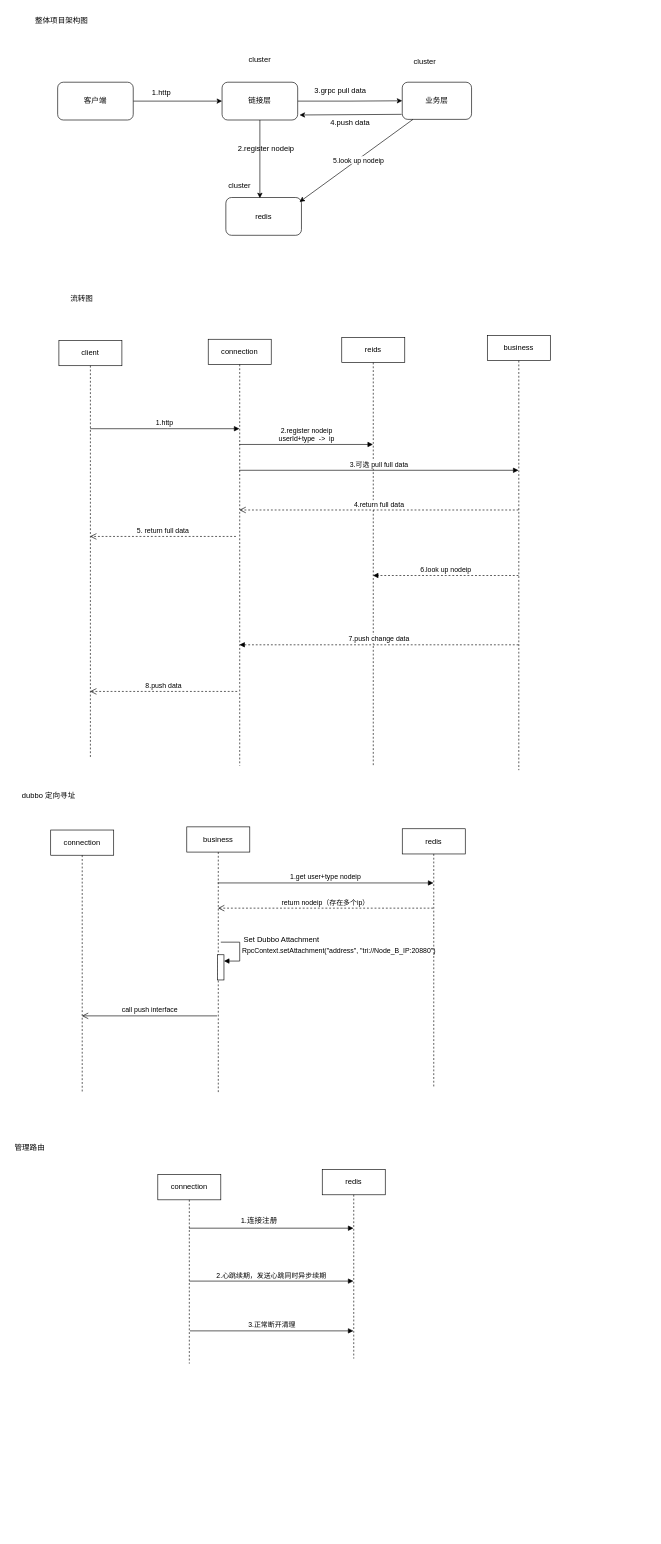
Above: tv网关维护长连接.drawio in xu-xiwei/drawio (draw.io), before the change. Source tidied: cells renumbered, new cells numbered last; positions are measured from the earlier drawing's top-left corner, leaving out a move shared by most shapes. Both pictures are drawn from the tidied source at 63%, with x=0, y=0 at pixel (11, 11).
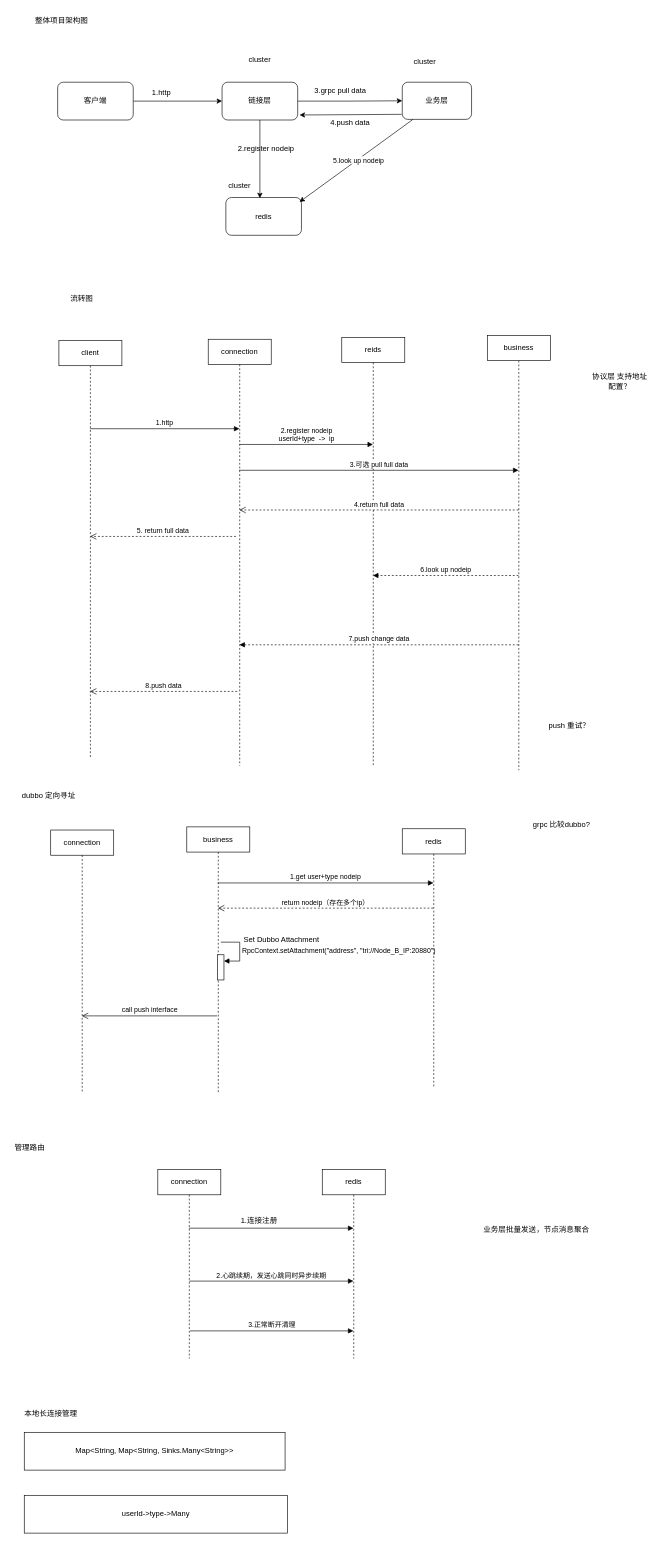
After the change.

Commit message:
更新tv网关维护长连接.drawio

Change to the diagram source:
```diff
@@
     <mxCell id="44" value="connection" style="shape=umlLifeline;perimeter=lifelinePerimeter;whiteSpace=wrap;html=1;outlineConnect=0;portConstraint=eastwest;newEdgeStyle={&quot;curved&quot;:0,&quot;rounded&quot;:0};" parent="1" vertex="1">
-      <mxGeometry x="233" y="1847" width="100" height="300" as="geometry" />
+      <mxGeometry x="233" y="1839" width="100" height="300" as="geometry" />
     </mxCell>
@@
+    <mxCell id="50" value="本地长连接管理" style="text;html=1;whiteSpace=wrap;strokeColor=none;fillColor=none;align=center;verticalAlign=middle;rounded=0;" parent="1" vertex="1">
+      <mxGeometry x="1" y="2211" width="125" height="30" as="geometry" />
+    </mxCell>
+    <mxCell id="51" value="Map&amp;lt;String, Map&amp;lt;String, Sinks.Many&amp;lt;String&amp;gt;&amp;gt;" style="rounded=0;whiteSpace=wrap;html=1;" parent="1" vertex="1">
+      <mxGeometry x="21" y="2256" width="414" height="60" as="geometry" />
+    </mxCell>
+    <mxCell id="52" value="userId-&amp;gt;type-&amp;gt;Many" style="rounded=0;whiteSpace=wrap;html=1;" parent="1" vertex="1">
+      <mxGeometry x="21" y="2356" width="418" height="60" as="geometry" />
+    </mxCell>
+    <mxCell id="53" value="push 重试？" style="text;html=1;whiteSpace=wrap;strokeColor=none;fillColor=none;align=center;verticalAlign=middle;rounded=0;" parent="1" vertex="1">
+      <mxGeometry x="841" y="1119" width="91" height="30" as="geometry" />
+    </mxCell>
+    <mxCell id="54" value="grpc 比较dubbo?" style="text;html=1;whiteSpace=wrap;strokeColor=none;fillColor=none;align=center;verticalAlign=middle;rounded=0;" parent="1" vertex="1">
+      <mxGeometry x="812" y="1276" width="124" height="30" as="geometry" />
+    </mxCell>
+    <mxCell id="55" value="协议层 支持地址配置？" style="text;html=1;whiteSpace=wrap;strokeColor=none;fillColor=none;align=center;verticalAlign=middle;rounded=0;" parent="1" vertex="1">
+      <mxGeometry x="918" y="573" width="97" height="30" as="geometry" />
+    </mxCell>
+    <mxCell id="56" value="业务层批量发送，节点消息聚合" style="text;html=1;whiteSpace=wrap;strokeColor=none;fillColor=none;align=center;verticalAlign=middle;rounded=0;" parent="1" vertex="1">
+      <mxGeometry x="749" y="1920" width="170" height="30" as="geometry" />
+    </mxCell>
```
